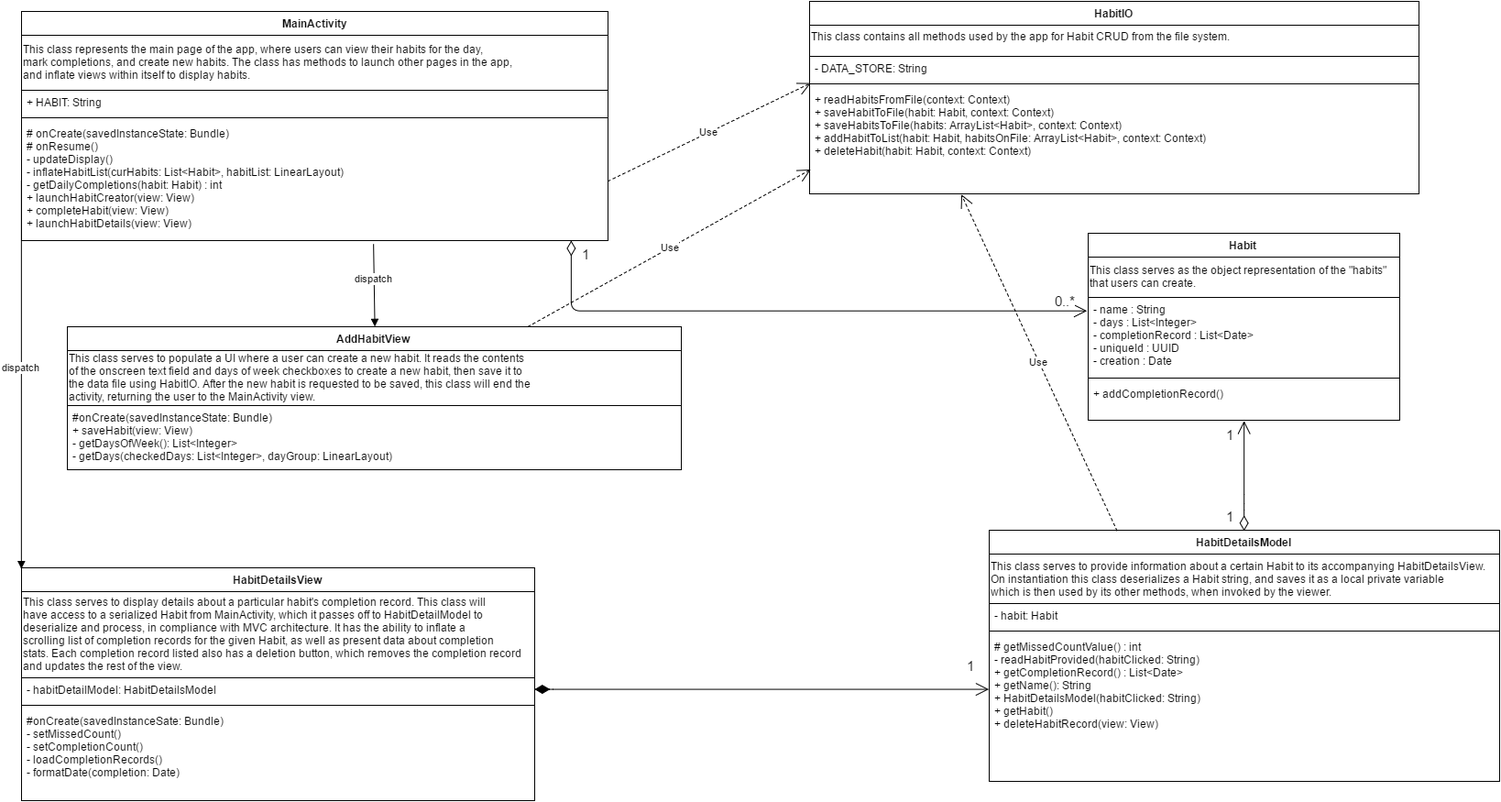
Earlier version of the draw.io export doc/as1UML.png (HarleyVanselow/AndroidReminderApp). Source tidied: cells renumbered, new cells last; positions are measured from the earlier drawing's top-left corner, leaving out a move shared by most shapes.
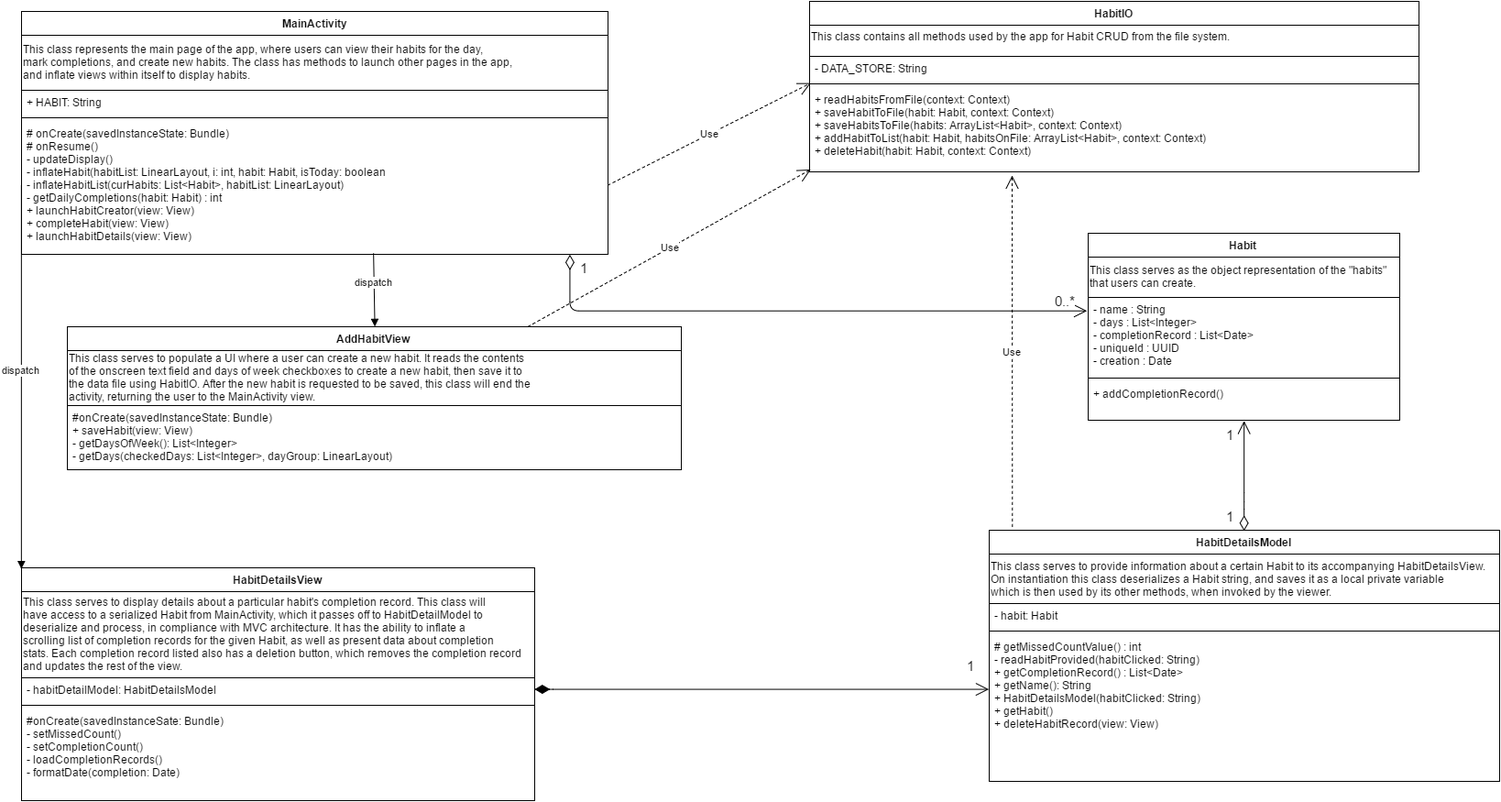
Later version of the same file.

Diff of the diagram source:
```diff
@@ -18,7 +18,7 @@
       <mxGeometry y="162" width="340" height="26" as="geometry" />
     </mxCell>
     <mxCell id="7" value="HabitIO" style="swimlane;html=1;fontStyle=1;align=center;verticalAlign=top;horizontal=1;startSize=26;swimlaneFillColor=#ffffff;" parent="1" vertex="1">
-      <mxGeometry x="860" width="665" height="210" as="geometry" />
+      <mxGeometry x="860" width="665" height="186" as="geometry" />
     </mxCell>
     <mxCell id="8" value="&lt;pre&gt;&lt;div style=&quot;text-align: left&quot;&gt;&lt;pre&gt;&lt;span&gt;&lt;font face=&quot;Helvetica&quot;&gt;This class contains all methods used by the app for Habit CRUD from the file system.&lt;/font&gt;&lt;/span&gt;&lt;/pre&gt;&lt;/div&gt;&lt;/pre&gt;" style="whiteSpace=wrap;html=1;fontSize=12;align=left;verticalAlign=bottom;" parent="7" vertex="1">
       <mxGeometry y="26" width="665" height="34" as="geometry" />
@@ -33,7 +33,7 @@
       <mxGeometry y="94" width="665" height="90" as="geometry" />
     </mxCell>
     <mxCell id="12" value="MainActivity" style="swimlane;html=1;fontStyle=1;align=center;verticalAlign=top;horizontal=1;startSize=26;swimlaneFillColor=#ffffff;whiteSpace=wrap;" parent="1" vertex="1">
-      <mxGeometry y="11" width="640" height="250" as="geometry" />
+      <mxGeometry y="11" width="640" height="265" as="geometry" />
     </mxCell>
     <mxCell id="13" value="&lt;pre&gt;&lt;div style=&quot;text-align: left&quot;&gt;&lt;span&gt;&lt;font face=&quot;Helvetica&quot;&gt;This class represents the main page of the app, where users can view their habits for the day,&lt;/font&gt;&lt;/span&gt;&lt;/div&gt;&lt;div style=&quot;text-align: left&quot;&gt;&lt;span&gt;&lt;font face=&quot;Helvetica&quot;&gt;mark completions, and create new habits. The class has methods to launch other pages in the app,&lt;/font&gt;&lt;/span&gt;&lt;/div&gt;&lt;div style=&quot;text-align: left&quot;&gt;&lt;span&gt;&lt;font face=&quot;Helvetica&quot;&gt;and inflate views within itself to display habits.&lt;/font&gt;&lt;/span&gt;&lt;/div&gt;&lt;/pre&gt;" style="whiteSpace=wrap;html=1;fontSize=12;align=left;" parent="12" vertex="1">
       <mxGeometry y="26" width="640" height="60" as="geometry" />
@@ -44,8 +44,8 @@
     <mxCell id="15" style="line;html=1;strokeWidth=1;fillColor=none;align=left;verticalAlign=middle;spacingTop=-1;spacingLeft=3;spacingRight=3;labelPosition=right;" parent="12" vertex="1">
       <mxGeometry y="112" width="640" height="8" as="geometry" />
     </mxCell>
-    <mxCell id="16" value="# onCreate(savedInstanceState: Bundle)&lt;div&gt;# onResume()&lt;/div&gt;&lt;div&gt;- updateDisplay()&lt;/div&gt;&lt;div&gt;- inflateHabitList(curHabits: List&amp;lt;Habit&amp;gt;, habitList: LinearLayout)&lt;/div&gt;&lt;div&gt;- getDailyCompletions(habit: Habit) : int&lt;/div&gt;&lt;div&gt;+ launchHabitCreator(view: View)&lt;/div&gt;&lt;div&gt;+ completeHabit(view: View)&lt;/div&gt;&lt;div&gt;+ launchHabitDetails(view: View)&lt;/div&gt;" style="text;html=1;strokeColor=none;fillColor=none;align=left;verticalAlign=top;spacingLeft=4;spacingRight=4;whiteSpace=wrap;overflow=hidden;points=[[0,0.5],[1,0.5]];portConstraint=eastwest;" parent="12" vertex="1">
-      <mxGeometry y="120" width="640" height="130" as="geometry" />
+    <mxCell id="16" value="# onCreate(savedInstanceState: Bundle)&lt;div&gt;# onResume()&lt;/div&gt;&lt;div&gt;- updateDisplay()&lt;/div&gt;&lt;div&gt;- inflateHabit(habitList: LinearLayout, i: int, habit: Habit, isToday: boolean&lt;/div&gt;&lt;div&gt;- inflateHabitList(curHabits: List&amp;lt;Habit&amp;gt;, habitList: LinearLayout)&lt;/div&gt;&lt;div&gt;- getDailyCompletions(habit: Habit) : int&lt;/div&gt;&lt;div&gt;+ launchHabitCreator(view: View)&lt;/div&gt;&lt;div&gt;+ completeHabit(view: View)&lt;/div&gt;&lt;div&gt;+ launchHabitDetails(view: View)&lt;/div&gt;" style="text;html=1;strokeColor=none;fillColor=none;align=left;verticalAlign=top;spacingLeft=4;spacingRight=4;whiteSpace=wrap;overflow=hidden;points=[[0,0.5],[1,0.5]];portConstraint=eastwest;" parent="12" vertex="1">
+      <mxGeometry y="120" width="640" height="140" as="geometry" />
     </mxCell>
     <mxCell id="17" value="HabitDetailsView" style="swimlane;html=1;fontStyle=1;align=center;verticalAlign=top;horizontal=1;startSize=26;swimlaneFillColor=#ffffff;" parent="1" vertex="1">
       <mxGeometry y="618" width="560" height="254" as="geometry" />
@@ -86,8 +86,10 @@
     <mxCell id="29" value="#onCreate(savedInstanceState: Bundle)&lt;div&gt;+ saveHabit(view: View)&lt;/div&gt;&lt;div&gt;- getDaysOfWeek(): List&amp;lt;Integer&amp;gt;&lt;/div&gt;&lt;div&gt;- getDays(checkedDays: List&amp;lt;Integer&amp;gt;, dayGroup: LinearLayout)&lt;/div&gt;" style="text;html=1;strokeColor=none;fillColor=none;align=left;verticalAlign=top;spacingLeft=4;spacingRight=4;whiteSpace=wrap;overflow=hidden;" parent="27" vertex="1">
       <mxGeometry y="86" width="670" height="70" as="geometry" />
     </mxCell>
-    <mxCell id="30" value="Use" style="endArrow=open;endSize=12;dashed=1;html=1;exitX=0.25;exitY=0;entryX=0.25;entryY=1;" parent="1" edge="1" source="22" target="7">
-      <mxGeometry relative="1" as="geometry" />
+    <mxCell id="30" value="Use" style="endArrow=open;endSize=12;dashed=1;html=1;exitX=0.045;exitY=-0.014;exitPerimeter=0;" parent="1" edge="1" source="22">
+      <mxGeometry relative="1" as="geometry">
+        <mxPoint x="1081" y="190" as="targetPoint" />
+      </mxGeometry>
     </mxCell>
     <mxCell id="31" value="Use" style="endArrow=open;endSize=12;dashed=1;html=1;exitX=1;exitY=0.5;entryX=0.002;entryY=1.14;entryPerimeter=0;" parent="1" edge="1" source="16" target="9">
       <mxGeometry relative="1" as="geometry" />
@@ -101,10 +103,10 @@
     <mxCell id="34" value="Use" style="endArrow=open;endSize=12;dashed=1;html=1;exitX=0.75;exitY=0;entryX=0.002;entryY=0.989;entryPerimeter=0;" parent="1" edge="1" source="27" target="11">
       <mxGeometry relative="1" as="geometry" />
     </mxCell>
-    <mxCell id="35" style="endArrow=open;html=1;endSize=12;startArrow=diamondThin;startSize=14;startFill=0;edgeStyle=orthogonalEdgeStyle;entryX=-0.005;entryY=0.179;entryPerimeter=0;" parent="1" edge="1" source="16" target="4">
+    <mxCell id="35" style="endArrow=open;html=1;endSize=12;startArrow=diamondThin;startSize=14;startFill=0;edgeStyle=orthogonalEdgeStyle;entryX=-0.005;entryY=0.179;entryPerimeter=0;exitX=0.935;exitY=1.041;exitPerimeter=0;" parent="1" edge="1" source="16" target="4">
       <mxGeometry x="0.04" y="-10" relative="1" as="geometry">
         <Array as="points">
-          <mxPoint x="600" y="338" />
+          <mxPoint x="599" y="338" />
         </Array>
       </mxGeometry>
     </mxCell>
@@ -125,12 +127,11 @@
         </Array>
       </mxGeometry>
     </mxCell>
-    <mxCell id="39" style="endArrow=open;html=1;endSize=12;startArrow=diamondThin;startSize=14;startFill=0;edgeStyle=orthogonalEdgeStyle;fontFamily=Helvetica;fontSize=15;entryX=0.5;entryY=1;" parent="1" edge="1" target="2">
+    <mxCell id="39" style="endArrow=open;html=1;endSize=12;startArrow=diamondThin;startSize=14;startFill=0;edgeStyle=orthogonalEdgeStyle;fontFamily=Helvetica;fontSize=15;entryX=0.5;entryY=1;exitX=0.5;exitY=0;" parent="1" edge="1" source="22" target="2">
       <mxGeometry relative="1" as="geometry">
-        <mxPoint x="1334" y="578" as="sourcePoint" />
         <Array as="points">
-          <mxPoint x="1334" y="548" />
-          <mxPoint x="1334" y="548" />
+          <mxPoint x="1334" y="546" />
+          <mxPoint x="1334" y="546" />
         </Array>
       </mxGeometry>
     </mxCell>
```
